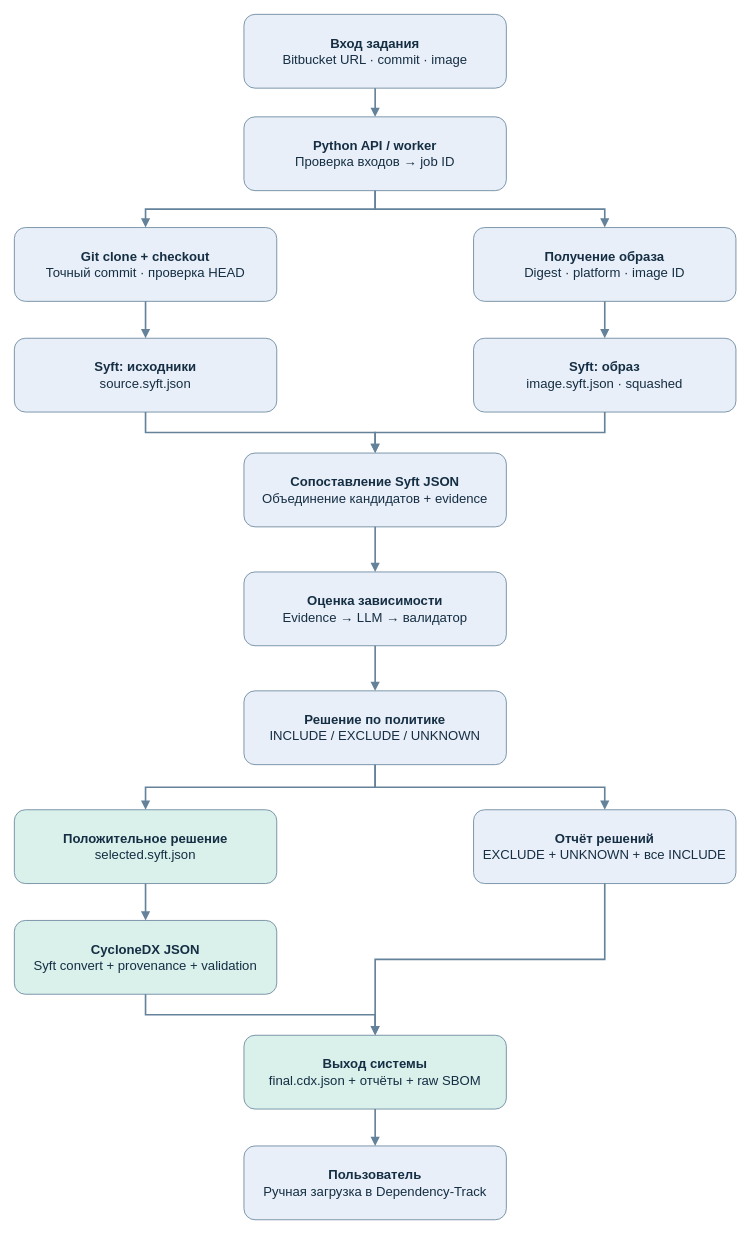
Above: page "01 Поток системы" (1 of 2) of docs/system-workflow.drawio in prince174/sbom_creator (draw.io), before the change. Source tidied: cells renumbered, new cells numbered last; positions are measured from the earlier drawing's top-left corner, leaving out a move shared by most shapes. Both pictures are drawn from the tidied source at 82%, with x=0, y=0 at pixel (14, 14).
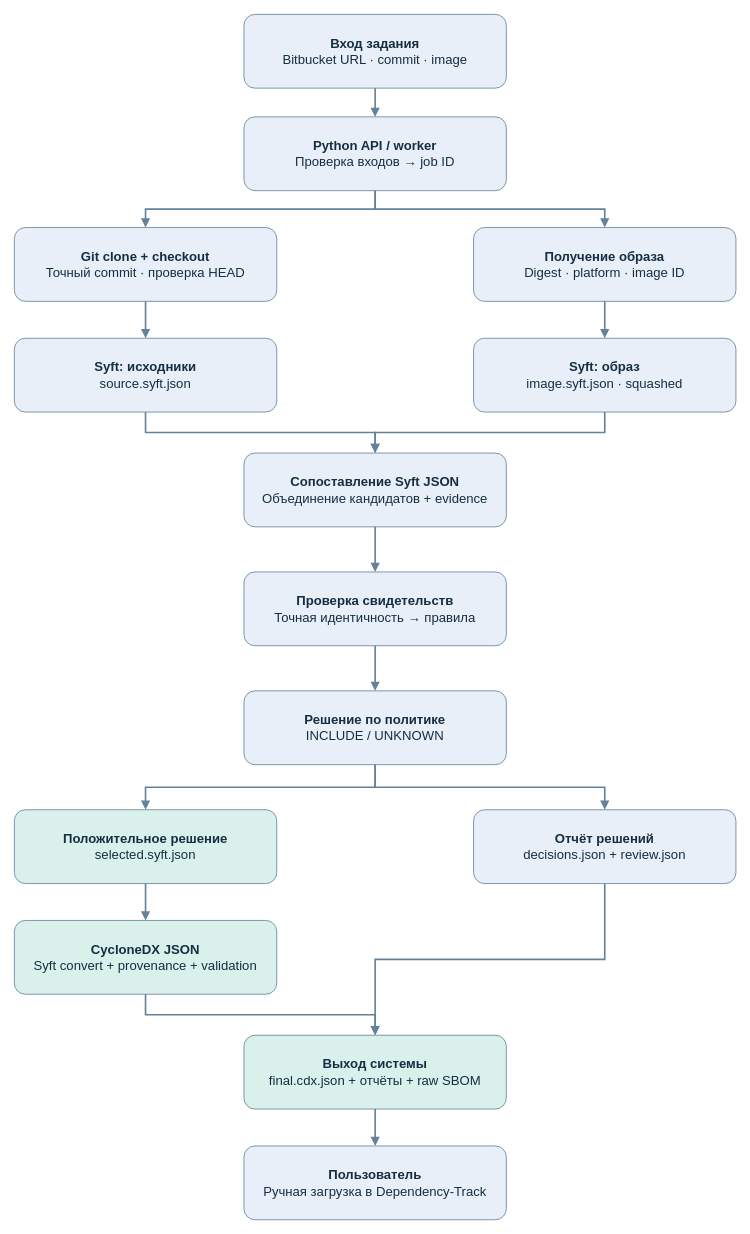
The same diagram, later.

What changed in the source:
```diff
@@
-    <mxCell id="9" value="&lt;b&gt;Оценка зависимости&lt;/b&gt;&lt;br&gt;Evidence → LLM → валидатор" style="rounded=1;whiteSpace=wrap;html=1;fillColor=#e8eff8;strokeColor=#64829a;fontColor=#152e43;fontSize=16;spacing=10;" parent="1" vertex="1">
+    <mxCell id="9" value="&lt;b&gt;Проверка свидетельств&lt;/b&gt;&lt;br&gt;Точная идентичность → правила" style="rounded=1;whiteSpace=wrap;html=1;fillColor=#e8eff8;strokeColor=#64829a;fontColor=#152e43;fontSize=16;spacing=10;" parent="1" vertex="1">
       <mxGeometry x="280" y="680" width="320" height="90" as="geometry" />
     </mxCell>
-    <mxCell id="10" value="&lt;b&gt;Решение по политике&lt;/b&gt;&lt;br&gt;INCLUDE / EXCLUDE / UNKNOWN" style="rounded=1;whiteSpace=wrap;html=1;fillColor=#e8eff8;strokeColor=#64829a;fontColor=#152e43;fontSize=16;spacing=10;" parent="1" vertex="1">
+    <mxCell id="10" value="&lt;b&gt;Решение по политике&lt;/b&gt;&lt;br&gt;INCLUDE / UNKNOWN" style="rounded=1;whiteSpace=wrap;html=1;fillColor=#e8eff8;strokeColor=#64829a;fontColor=#152e43;fontSize=16;spacing=10;" parent="1" vertex="1">
       <mxGeometry x="280" y="825" width="320" height="90" as="geometry" />
     </mxCell>
@@
-    <mxCell id="12" value="&lt;b&gt;Отчёт решений&lt;/b&gt;&lt;br&gt;EXCLUDE + UNKNOWN + все INCLUDE" style="rounded=1;whiteSpace=wrap;html=1;fillColor=#e8eff8;strokeColor=#64829a;fontColor=#152e43;fontSize=16;spacing=10;" parent="1" vertex="1">
+    <mxCell id="12" value="&lt;b&gt;Отчёт решений&lt;/b&gt;&lt;br&gt;decisions.json + review.json" style="rounded=1;whiteSpace=wrap;html=1;fillColor=#e8eff8;strokeColor=#64829a;fontColor=#152e43;fontSize=16;spacing=10;" parent="1" vertex="1">
       <mxGeometry x="560" y="970" width="320" height="90" as="geometry" />
     </mxCell>
```
